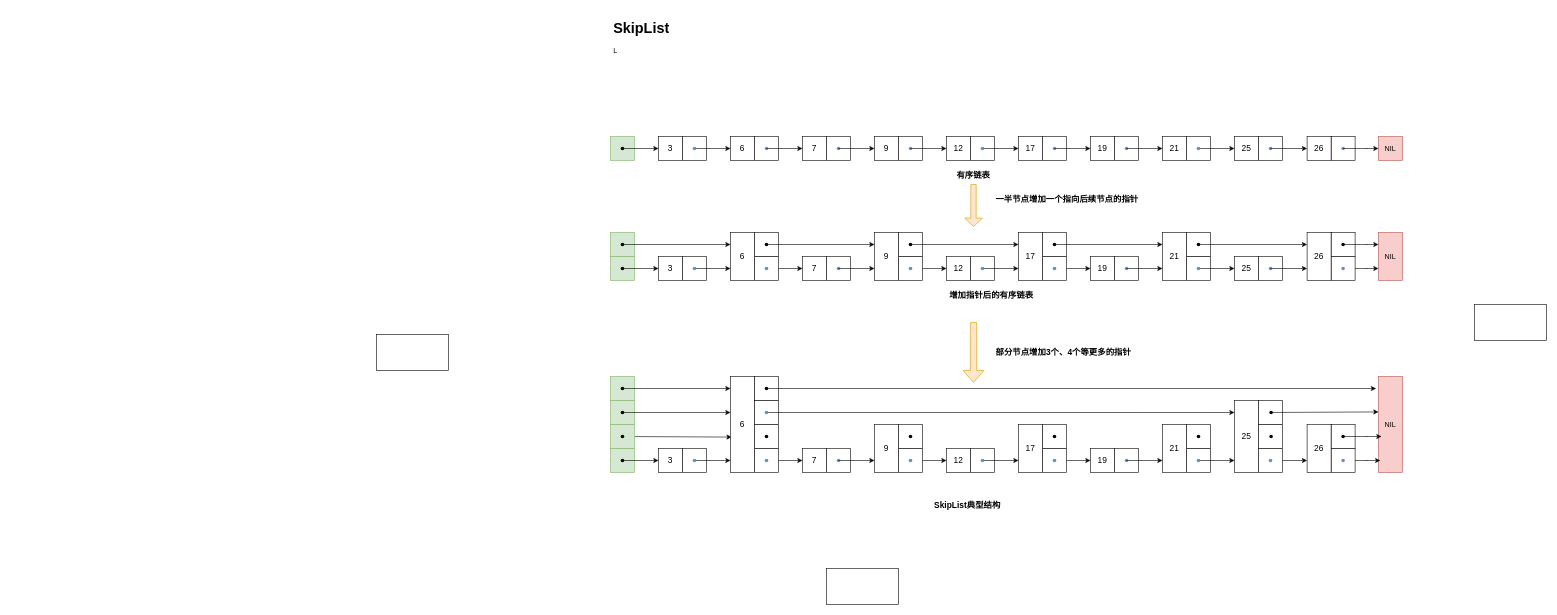
Earlier version of the draw.io diagram page "常用数据结构和算法" (5 of 6) of Draw.io/BigDataArchAlgorithm.drawio (DepInjoy/geektime). Source tidied: cells renumbered, new cells numbered last; positions are measured from the earlier drawing's top-left corner, leaving out a move shared by most shapes. Both pictures are drawn from the tidied source at 60%, with x=0, y=0 at pixel (376, 16).
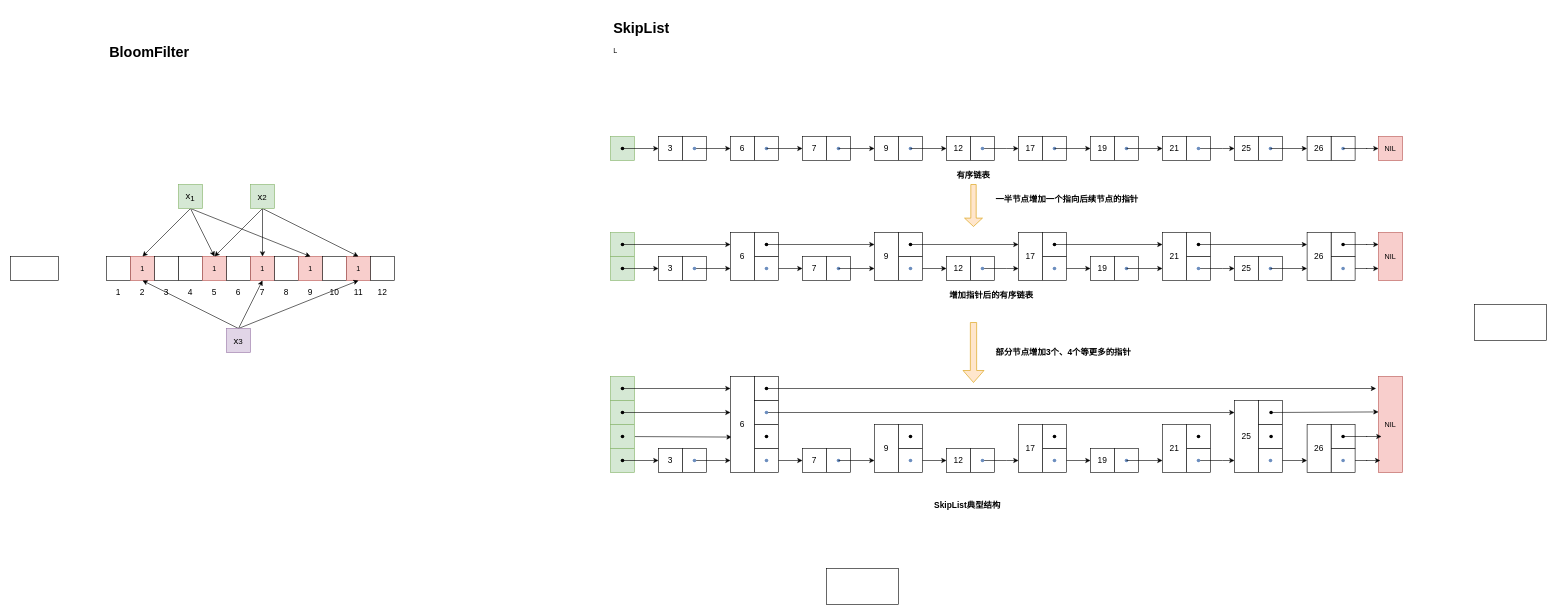
After the change.

Change to the diagram source:
```diff
@@
     <mxCell id="205" style="rounded=0;whiteSpace=wrap;html=1;" parent="1" vertex="1">
-      <mxGeometry y="530" width="120" height="60" as="geometry" />
+      <mxGeometry x="-450" y="400" width="40" height="40" as="geometry" />
     </mxCell>
@@
+    <mxCell id="207" value="&lt;h1&gt;BloomFilter&lt;/h1&gt;" style="text;html=1;strokeColor=none;fillColor=none;spacing=5;spacingTop=-20;whiteSpace=wrap;overflow=hidden;rounded=0;" parent="1" vertex="1">
+      <mxGeometry x="-450" y="40" width="760" height="120" as="geometry" />
+    </mxCell>
+    <mxCell id="208" value="1" style="rounded=0;whiteSpace=wrap;html=1;fillColor=#f8cecc;strokeColor=#b85450;" parent="1" vertex="1">
+      <mxGeometry x="-410" y="400" width="40" height="40" as="geometry" />
+    </mxCell>
+    <mxCell id="209" style="rounded=0;whiteSpace=wrap;html=1;" parent="1" vertex="1">
+      <mxGeometry x="-370" y="400" width="40" height="40" as="geometry" />
+    </mxCell>
+    <mxCell id="210" style="rounded=0;whiteSpace=wrap;html=1;" parent="1" vertex="1">
+      <mxGeometry x="-330" y="400" width="40" height="40" as="geometry" />
+    </mxCell>
+    <mxCell id="211" value="1" style="rounded=0;whiteSpace=wrap;html=1;fillColor=#f8cecc;strokeColor=#b85450;" parent="1" vertex="1">
+      <mxGeometry x="-290" y="400" width="40" height="40" as="geometry" />
+    </mxCell>
+    <mxCell id="212" style="rounded=0;whiteSpace=wrap;html=1;" parent="1" vertex="1">
+      <mxGeometry x="-250" y="400" width="40" height="40" as="geometry" />
+    </mxCell>
+    <mxCell id="213" value="1" style="rounded=0;whiteSpace=wrap;html=1;fillColor=#f8cecc;strokeColor=#b85450;" parent="1" vertex="1">
+      <mxGeometry x="-210" y="400" width="40" height="40" as="geometry" />
+    </mxCell>
+    <mxCell id="214" style="rounded=0;whiteSpace=wrap;html=1;" parent="1" vertex="1">
+      <mxGeometry x="-170" y="400" width="40" height="40" as="geometry" />
+    </mxCell>
+    <mxCell id="215" value="1" style="rounded=0;whiteSpace=wrap;html=1;fillColor=#f8cecc;strokeColor=#b85450;" parent="1" vertex="1">
+      <mxGeometry x="-130" y="400" width="40" height="40" as="geometry" />
+    </mxCell>
+    <mxCell id="216" style="rounded=0;whiteSpace=wrap;html=1;" parent="1" vertex="1">
+      <mxGeometry x="-90" y="400" width="40" height="40" as="geometry" />
+    </mxCell>
+    <mxCell id="217" value="1" style="rounded=0;whiteSpace=wrap;html=1;fillColor=#f8cecc;strokeColor=#b85450;" parent="1" vertex="1">
+      <mxGeometry x="-50" y="400" width="40" height="40" as="geometry" />
+    </mxCell>
+    <mxCell id="218" style="rounded=0;whiteSpace=wrap;html=1;" parent="1" vertex="1">
+      <mxGeometry x="-10" y="400" width="40" height="40" as="geometry" />
+    </mxCell>
+    <mxCell id="219" value="&lt;font style=&quot;font-size: 14px;&quot;&gt;1&lt;/font&gt;" style="text;html=1;strokeColor=none;fillColor=none;align=center;verticalAlign=middle;whiteSpace=wrap;rounded=0;" parent="1" vertex="1">
+      <mxGeometry x="-450" y="440" width="40" height="40" as="geometry" />
+    </mxCell>
+    <mxCell id="220" value="&lt;font style=&quot;font-size: 14px;&quot;&gt;2&lt;/font&gt;" style="text;html=1;strokeColor=none;fillColor=none;align=center;verticalAlign=middle;whiteSpace=wrap;rounded=0;" parent="1" vertex="1">
+      <mxGeometry x="-410" y="440" width="40" height="40" as="geometry" />
+    </mxCell>
+    <mxCell id="221" value="&lt;font style=&quot;font-size: 14px;&quot;&gt;3&lt;/font&gt;" style="text;html=1;strokeColor=none;fillColor=none;align=center;verticalAlign=middle;whiteSpace=wrap;rounded=0;" parent="1" vertex="1">
+      <mxGeometry x="-370" y="440" width="40" height="40" as="geometry" />
+    </mxCell>
+    <mxCell id="222" value="&lt;font style=&quot;font-size: 14px;&quot;&gt;4&lt;/font&gt;" style="text;html=1;strokeColor=none;fillColor=none;align=center;verticalAlign=middle;whiteSpace=wrap;rounded=0;" parent="1" vertex="1">
+      <mxGeometry x="-330" y="440" width="40" height="40" as="geometry" />
+    </mxCell>
+    <mxCell id="223" value="&lt;font style=&quot;font-size: 14px;&quot;&gt;5&lt;/font&gt;" style="text;html=1;strokeColor=none;fillColor=none;align=center;verticalAlign=middle;whiteSpace=wrap;rounded=0;" parent="1" vertex="1">
+      <mxGeometry x="-290" y="440" width="40" height="40" as="geometry" />
+    </mxCell>
+    <mxCell id="224" value="&lt;font style=&quot;font-size: 14px;&quot;&gt;6&lt;/font&gt;" style="text;html=1;strokeColor=none;fillColor=none;align=center;verticalAlign=middle;whiteSpace=wrap;rounded=0;" parent="1" vertex="1">
+      <mxGeometry x="-250" y="440" width="40" height="40" as="geometry" />
+    </mxCell>
+    <mxCell id="225" value="&lt;font style=&quot;font-size: 14px;&quot;&gt;7&lt;/font&gt;" style="text;html=1;strokeColor=none;fillColor=none;align=center;verticalAlign=middle;whiteSpace=wrap;rounded=0;" parent="1" vertex="1">
+      <mxGeometry x="-210" y="440" width="40" height="40" as="geometry" />
+    </mxCell>
+    <mxCell id="226" value="&lt;font style=&quot;font-size: 14px;&quot;&gt;8&lt;/font&gt;" style="text;html=1;strokeColor=none;fillColor=none;align=center;verticalAlign=middle;whiteSpace=wrap;rounded=0;" parent="1" vertex="1">
+      <mxGeometry x="-170" y="440" width="40" height="40" as="geometry" />
+    </mxCell>
+    <mxCell id="227" value="&lt;font style=&quot;font-size: 14px;&quot;&gt;9&lt;/font&gt;" style="text;html=1;strokeColor=none;fillColor=none;align=center;verticalAlign=middle;whiteSpace=wrap;rounded=0;" parent="1" vertex="1">
+      <mxGeometry x="-130" y="440" width="40" height="40" as="geometry" />
+    </mxCell>
+    <mxCell id="228" value="&lt;font style=&quot;font-size: 14px;&quot;&gt;10&lt;/font&gt;" style="text;html=1;strokeColor=none;fillColor=none;align=center;verticalAlign=middle;whiteSpace=wrap;rounded=0;" parent="1" vertex="1">
+      <mxGeometry x="-90" y="440" width="40" height="40" as="geometry" />
+    </mxCell>
+    <mxCell id="229" value="&lt;font style=&quot;font-size: 14px;&quot;&gt;11&lt;/font&gt;" style="text;html=1;strokeColor=none;fillColor=none;align=center;verticalAlign=middle;whiteSpace=wrap;rounded=0;" parent="1" vertex="1">
+      <mxGeometry x="-50" y="440" width="40" height="40" as="geometry" />
+    </mxCell>
+    <mxCell id="230" value="&lt;font style=&quot;font-size: 14px;&quot;&gt;12&lt;/font&gt;" style="text;html=1;strokeColor=none;fillColor=none;align=center;verticalAlign=middle;whiteSpace=wrap;rounded=0;" parent="1" vertex="1">
+      <mxGeometry x="-10" y="440" width="40" height="40" as="geometry" />
+    </mxCell>
+    <mxCell id="231" style="rounded=0;jettySize=auto;html=1;exitX=0.5;exitY=1;exitDx=0;exitDy=0;entryX=0.5;entryY=0;entryDx=0;entryDy=0;" parent="1" edge="1" source="234" target="208">
+      <mxGeometry relative="1" as="geometry" />
+    </mxCell>
+    <mxCell id="232" style="rounded=0;jettySize=auto;html=1;exitX=0.5;exitY=1;exitDx=0;exitDy=0;entryX=0.5;entryY=0;entryDx=0;entryDy=0;" parent="1" edge="1" source="234" target="211">
+      <mxGeometry relative="1" as="geometry" />
+    </mxCell>
+    <mxCell id="233" style="rounded=0;jettySize=auto;html=1;exitX=0.5;exitY=1;exitDx=0;exitDy=0;entryX=0.5;entryY=0;entryDx=0;entryDy=0;" parent="1" edge="1" source="234" target="215">
+      <mxGeometry relative="1" as="geometry" />
+    </mxCell>
+    <mxCell id="234" value="&lt;font style=&quot;font-size: 16px;&quot;&gt;x&lt;sub&gt;1&lt;/sub&gt;&lt;/font&gt;" style="rounded=0;whiteSpace=wrap;html=1;fillColor=#d5e8d4;strokeColor=#82b366;" parent="1" vertex="1">
+      <mxGeometry x="-330" y="280" width="40" height="40" as="geometry" />
+    </mxCell>
+    <mxCell id="235" style="rounded=0;jettySize=auto;html=1;exitX=0.5;exitY=1;exitDx=0;exitDy=0;" parent="1" edge="1" source="238">
+      <mxGeometry relative="1" as="geometry">
+        <mxPoint x="-270" y="400" as="targetPoint" />
+      </mxGeometry>
+    </mxCell>
+    <mxCell id="236" style="rounded=0;jettySize=auto;html=1;exitX=0.5;exitY=1;exitDx=0;exitDy=0;entryX=0.5;entryY=0;entryDx=0;entryDy=0;" parent="1" edge="1" source="238" target="217">
+      <mxGeometry relative="1" as="geometry" />
+    </mxCell>
+    <mxCell id="237" style="edgeStyle=orthogonalEdgeStyle;rounded=0;jettySize=auto;html=1;exitX=0.5;exitY=1;exitDx=0;exitDy=0;" parent="1" edge="1" source="238" target="213">
+      <mxGeometry relative="1" as="geometry" />
+    </mxCell>
+    <mxCell id="238" value="&lt;font style=&quot;font-size: 16px;&quot;&gt;x&lt;/font&gt;&lt;font style=&quot;font-size: 13.3333px;&quot;&gt;2&lt;/font&gt;" style="rounded=0;whiteSpace=wrap;html=1;fillColor=#d5e8d4;strokeColor=#82b366;" parent="1" vertex="1">
+      <mxGeometry x="-210" y="280" width="40" height="40" as="geometry" />
+    </mxCell>
+    <mxCell id="239" style="rounded=0;jettySize=auto;html=1;exitX=0.5;exitY=0;exitDx=0;exitDy=0;entryX=0.5;entryY=0;entryDx=0;entryDy=0;" parent="1" edge="1" source="242" target="220">
+      <mxGeometry relative="1" as="geometry" />
+    </mxCell>
+    <mxCell id="240" style="rounded=0;jettySize=auto;html=1;exitX=0.5;exitY=0;exitDx=0;exitDy=0;entryX=0.5;entryY=0;entryDx=0;entryDy=0;" parent="1" edge="1" source="242" target="225">
+      <mxGeometry relative="1" as="geometry" />
+    </mxCell>
+    <mxCell id="241" style="rounded=0;jettySize=auto;html=1;exitX=0.5;exitY=0;exitDx=0;exitDy=0;entryX=0.5;entryY=0;entryDx=0;entryDy=0;" parent="1" edge="1" source="242" target="229">
+      <mxGeometry relative="1" as="geometry" />
+    </mxCell>
+    <mxCell id="242" value="&lt;font style=&quot;font-size: 16px;&quot;&gt;x&lt;/font&gt;&lt;font style=&quot;font-size: 13.3333px;&quot;&gt;3&lt;/font&gt;" style="rounded=0;whiteSpace=wrap;html=1;fillColor=#e1d5e7;strokeColor=#9673a6;" parent="1" vertex="1">
+      <mxGeometry x="-250" y="520" width="40" height="40" as="geometry" />
+    </mxCell>
+    <mxCell id="243" style="rounded=0;whiteSpace=wrap;html=1;" parent="1" vertex="1">
+      <mxGeometry x="-610" y="400" width="80" height="40" as="geometry" />
+    </mxCell>
```
